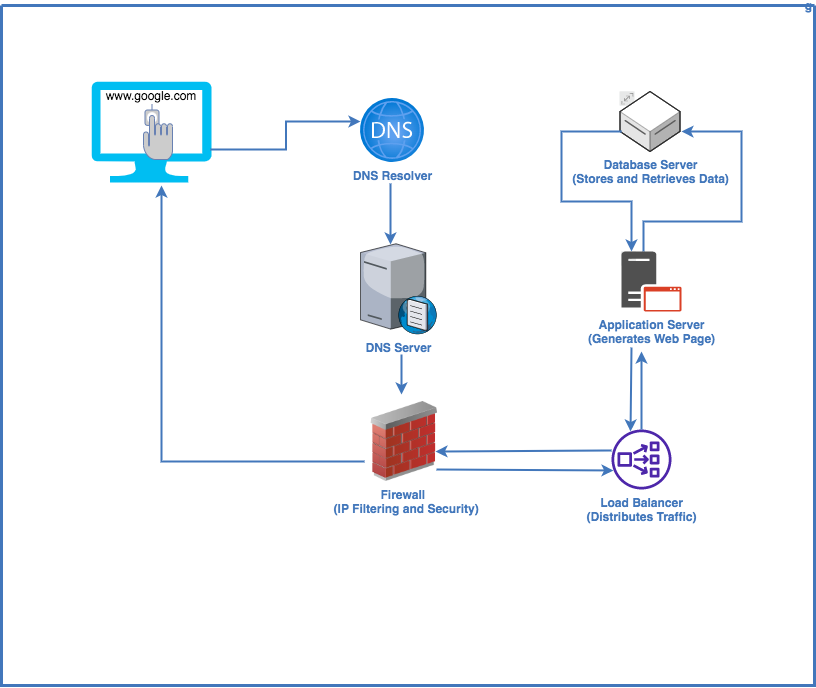
Earlier version of the draw.io export 0x11-what_happens_when_your_type_google_com_in_your_browser_and_press_enter/Untitled Diagram.drawio.png (innobrightcafe/alx-system_engineering-devops). Source tidied: cells renumbered, new cells last; positions are measured from the earlier drawing's top-left corner, leaving out a move shared by most shapes.
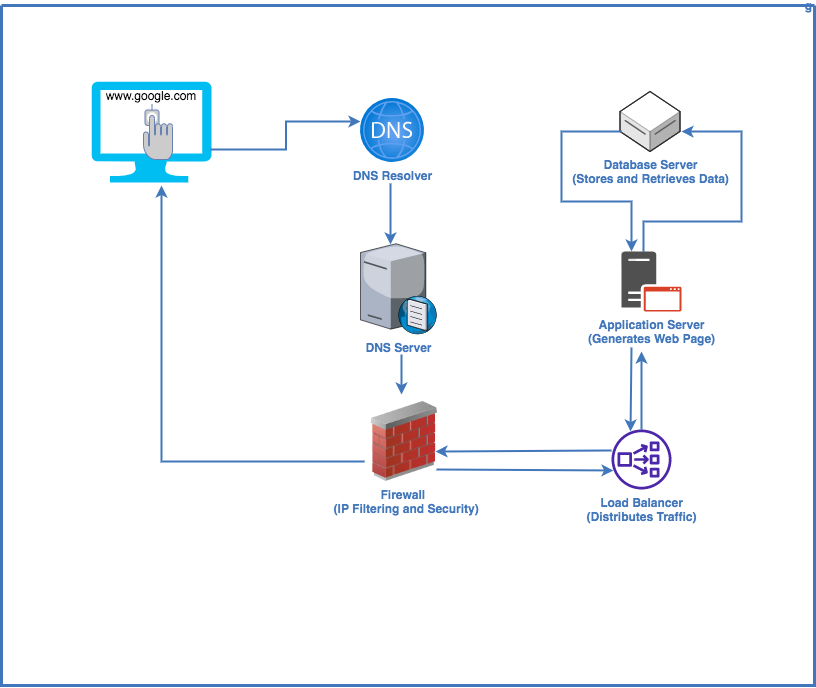
Later version of the same file.

Change to the diagram source:
```diff
@@ -77,9 +77,6 @@
     <mxCell id="17" style="group;fontSize=14;fontColor=#4277BB;labelBackgroundColor=#ffffff;" parent="2" vertex="1">
       <mxGeometry x="618.5" y="86" width="60" height="60" as="geometry" />
     </mxCell>
-    <mxCell id="18" style="perimeter=ellipsePerimeter;html=1;align=center;shadow=0;dashed=0;image;image=img/lib/ibm/miscellaneous/scalable.svg;rounded=1;labelBackgroundColor=none;strokeColor=#666666;strokeWidth=3;fillColor=#C2952D;gradientColor=none;fontSize=14;fontColor=#4277BB;" parent="17" vertex="1">
-      <mxGeometry width="15" height="15" as="geometry" />
-    </mxCell>
     <mxCell id="19" value="&lt;b&gt;&lt;font color=&quot;#4277bb&quot;&gt;Database Server&lt;br&gt;(Stores and Retrieves Data)&lt;/font&gt;&lt;/b&gt;" style="perimeter=rectanglePerimeter;html=1;align=center;shadow=0;dashed=0;image;image=img/lib/ibm/data/file_repository.svg;rounded=1;labelBackgroundColor=none;strokeColor=#5E5E5E;strokeWidth=1;fillColor=default;gradientColor=none;fontSize=12;fontColor=default;shape=mxgraph.aws3d.dataServer;" parent="17" vertex="1">
       <mxGeometry width="60" height="60" as="geometry" />
     </mxCell>
```
